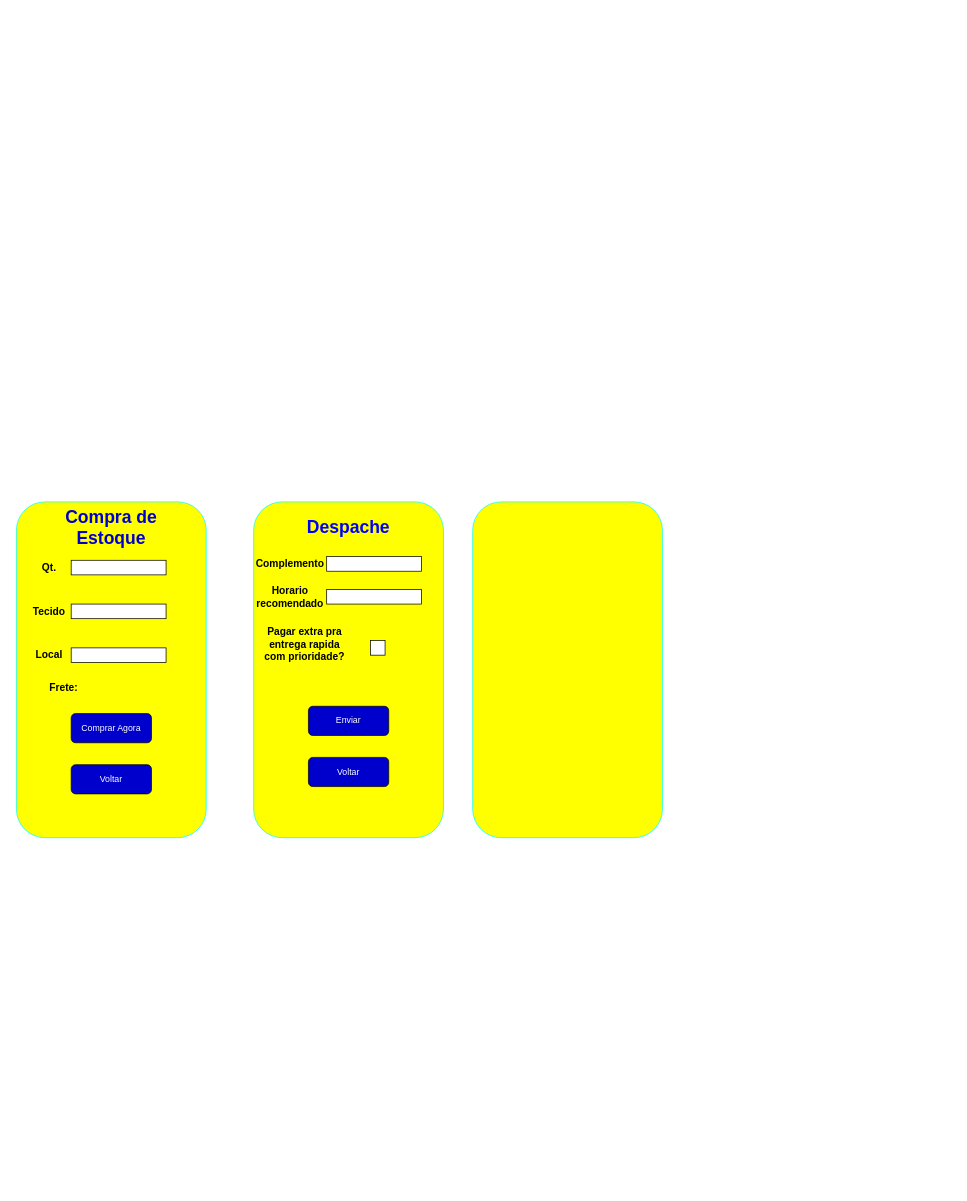
Above: Doc/telas.drawio in arthurmatheusfr/projeto-novo (draw.io), before the change. Source tidied: cells renumbered, new cells numbered last; positions are measured from the earlier drawing's top-left corner, leaving out a move shared by most shapes. Both pictures are drawn from the tidied source at 73%, with x=0, y=0 at pixel (16, 502).
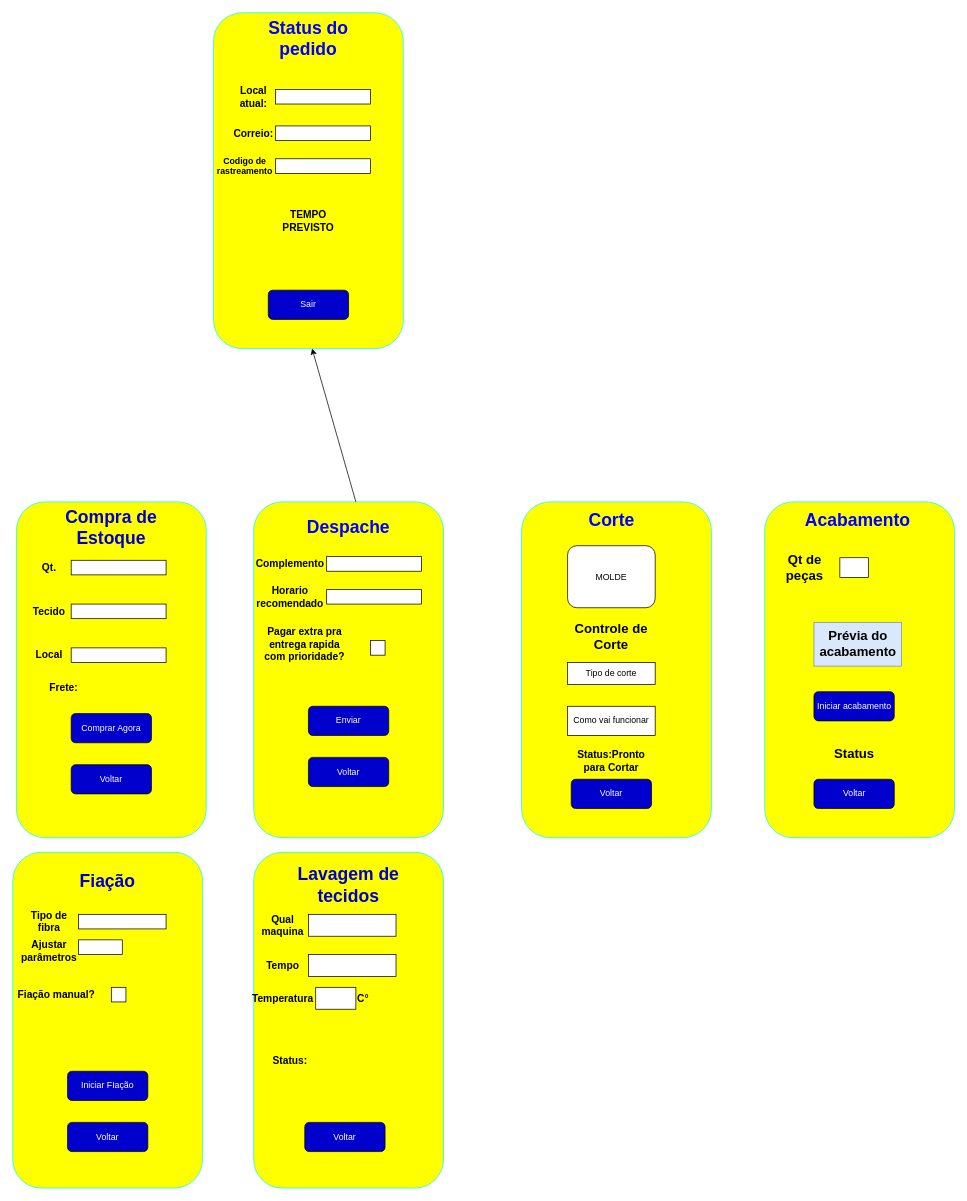
Above is the later version.

The edit, as a diff of the source:
```diff
@@
     <mxCell id="23" style="rounded=1;whiteSpace=wrap;html=1;fillColor=#FFFF00;strokeColor=#00FFFF;" parent="1" vertex="1">
-      <mxGeometry x="625" width="260" height="460" as="geometry" />
+      <mxGeometry x="692" width="260" height="460" as="geometry" />
     </mxCell>
+    <mxCell id="24" value="MOLDE" style="rounded=1;whiteSpace=wrap;html=1;" parent="1" vertex="1">
+      <mxGeometry x="755" y="60" width="120" height="85" as="geometry" />
+    </mxCell>
+    <mxCell id="25" value="&lt;font color=&quot;#0000ff&quot;&gt;&lt;span style=&quot;font-size: 24px;&quot;&gt;&lt;b&gt;Corte&lt;/b&gt;&lt;/span&gt;&lt;/font&gt;" style="text;html=1;align=center;verticalAlign=middle;whiteSpace=wrap;rounded=0;" parent="1" vertex="1">
+      <mxGeometry x="768.5" y="10" width="93" height="30" as="geometry" />
+    </mxCell>
+    <mxCell id="26" value="&lt;b&gt;&lt;font style=&quot;font-size: 18px;&quot;&gt;Controle de Corte&lt;/font&gt;&lt;/b&gt;" style="text;html=1;align=center;verticalAlign=middle;whiteSpace=wrap;rounded=0;" parent="1" vertex="1">
+      <mxGeometry x="740" y="170" width="150" height="30" as="geometry" />
+    </mxCell>
+    <mxCell id="27" value="Tipo de corte" style="rounded=0;whiteSpace=wrap;html=1;" parent="1" vertex="1">
+      <mxGeometry x="755" y="220" width="120" height="30" as="geometry" />
+    </mxCell>
+    <mxCell id="28" value="Como vai funcionar" style="rounded=0;whiteSpace=wrap;html=1;" parent="1" vertex="1">
+      <mxGeometry x="755" y="280" width="120" height="40" as="geometry" />
+    </mxCell>
+    <mxCell id="29" value="&lt;b&gt;&lt;font style=&quot;font-size: 14px;&quot;&gt;Status:Pronto para Cortar&lt;/font&gt;&lt;/b&gt;" style="text;html=1;align=center;verticalAlign=middle;whiteSpace=wrap;rounded=0;" parent="1" vertex="1">
+      <mxGeometry x="755" y="340" width="120" height="30" as="geometry" />
+    </mxCell>
+    <mxCell id="30" value="&lt;font color=&quot;#ffffff&quot;&gt;Voltar&lt;/font&gt;" style="rounded=1;whiteSpace=wrap;html=1;fillColor=#0000CC;" parent="1" vertex="1">
+      <mxGeometry x="760" y="380" width="110" height="40" as="geometry" />
+    </mxCell>
+    <mxCell id="31" style="rounded=1;whiteSpace=wrap;html=1;fillColor=#FFFF00;strokeColor=#00FFFF;" parent="1" vertex="1">
+      <mxGeometry x="1025" width="260" height="460" as="geometry" />
+    </mxCell>
+    <mxCell id="32" value="&lt;font color=&quot;#0000ff&quot;&gt;&lt;span style=&quot;font-size: 24px;&quot;&gt;&lt;b&gt;Acabamento&lt;/b&gt;&lt;/span&gt;&lt;/font&gt;" style="text;html=1;align=center;verticalAlign=middle;whiteSpace=wrap;rounded=0;" parent="1" vertex="1">
+      <mxGeometry x="1106" y="10" width="93" height="30" as="geometry" />
+    </mxCell>
+    <mxCell id="33" style="rounded=0;whiteSpace=wrap;html=1;" parent="1" vertex="1">
+      <mxGeometry x="1128" y="76.5" width="39" height="27" as="geometry" />
+    </mxCell>
+    <mxCell id="34" value="&lt;b&gt;&lt;font style=&quot;font-size: 18px;&quot;&gt;Qt de peças&lt;/font&gt;&lt;/b&gt;" style="text;html=1;align=center;verticalAlign=middle;whiteSpace=wrap;rounded=0;" parent="1" vertex="1">
+      <mxGeometry x="1045" y="75" width="70" height="30" as="geometry" />
+    </mxCell>
+    <mxCell id="35" value="&lt;font style=&quot;font-size: 18px;&quot;&gt;&lt;b&gt;Prévia do acabamento&lt;/b&gt;&lt;/font&gt;" style="rounded=0;whiteSpace=wrap;html=1;fillColor=#dae8fc;strokeColor=#6c8ebf;" parent="1" vertex="1">
+      <mxGeometry x="1092.5" y="165" width="120" height="60" as="geometry" />
+    </mxCell>
+    <mxCell id="36" value="&lt;font color=&quot;#ffffff&quot;&gt;Iniciar acabamento&lt;/font&gt;" style="rounded=1;whiteSpace=wrap;html=1;fillColor=#0000CC;" parent="1" vertex="1">
+      <mxGeometry x="1092.5" y="260" width="110" height="40" as="geometry" />
+    </mxCell>
+    <mxCell id="37" value="&lt;b&gt;&lt;font style=&quot;font-size: 18px;&quot;&gt;Status&lt;/font&gt;&lt;/b&gt;" style="text;html=1;align=center;verticalAlign=middle;whiteSpace=wrap;rounded=0;" parent="1" vertex="1">
+      <mxGeometry x="1072.5" y="330" width="150" height="30" as="geometry" />
+    </mxCell>
+    <mxCell id="38" value="&lt;font color=&quot;#ffffff&quot;&gt;Voltar&lt;/font&gt;" style="rounded=1;whiteSpace=wrap;html=1;fillColor=#0000CC;" parent="1" vertex="1">
+      <mxGeometry x="1092.5" y="380" width="110" height="40" as="geometry" />
+    </mxCell>
+    <mxCell id="39" style="rounded=1;whiteSpace=wrap;html=1;fillColor=#FFFF00;strokeColor=#00FFFF;" parent="1" vertex="1">
+      <mxGeometry x="-5" y="480" width="260" height="460" as="geometry" />
+    </mxCell>
+    <mxCell id="40" value="&lt;font color=&quot;#0000cc&quot; style=&quot;font-size: 24px;&quot;&gt;&lt;b style=&quot;&quot;&gt;Fiação&lt;/b&gt;&lt;/font&gt;" style="text;html=1;align=center;verticalAlign=middle;whiteSpace=wrap;rounded=0;" parent="1" vertex="1">
+      <mxGeometry x="50" y="505" width="150" height="30" as="geometry" />
+    </mxCell>
+    <mxCell id="41" value="&lt;font style=&quot;font-size: 14px;&quot;&gt;&lt;b&gt;Tipo de fibra&lt;/b&gt;&lt;/font&gt;" style="text;html=1;align=center;verticalAlign=middle;whiteSpace=wrap;rounded=0;" parent="1" vertex="1">
+      <mxGeometry x="15" y="560" width="60" height="30" as="geometry" />
+    </mxCell>
+    <mxCell id="42" style="rounded=0;whiteSpace=wrap;html=1;" parent="1" vertex="1">
+      <mxGeometry x="85" y="565" width="120" height="20" as="geometry" />
+    </mxCell>
+    <mxCell id="43" value="&lt;font style=&quot;font-size: 14px;&quot;&gt;&lt;b&gt;Ajustar parâmetros&lt;/b&gt;&lt;/font&gt;" style="text;html=1;align=center;verticalAlign=middle;whiteSpace=wrap;rounded=0;" parent="1" vertex="1">
+      <mxGeometry x="15" y="600" width="60" height="30" as="geometry" />
+    </mxCell>
+    <mxCell id="44" style="rounded=0;whiteSpace=wrap;html=1;" parent="1" vertex="1">
+      <mxGeometry x="85" y="600" width="60" height="20" as="geometry" />
+    </mxCell>
+    <mxCell id="45" value="&lt;font color=&quot;#ffffff&quot;&gt;Iniciar FIação&lt;/font&gt;" style="rounded=1;whiteSpace=wrap;html=1;fillColor=#0000CC;" parent="1" vertex="1">
+      <mxGeometry x="70" y="780" width="110" height="40" as="geometry" />
+    </mxCell>
+    <mxCell id="46" value="&lt;font color=&quot;#ffffff&quot;&gt;Voltar&lt;/font&gt;" style="rounded=1;whiteSpace=wrap;html=1;fillColor=#0000CC;" parent="1" vertex="1">
+      <mxGeometry x="70" y="850" width="110" height="40" as="geometry" />
+    </mxCell>
+    <mxCell id="47" value="&lt;b&gt;&lt;font style=&quot;font-size: 14px;&quot;&gt;Fiação manual?&lt;/font&gt;&lt;/b&gt;" style="text;html=1;align=center;verticalAlign=middle;whiteSpace=wrap;rounded=0;" parent="1" vertex="1">
+      <mxGeometry x="-5" y="660" width="120" height="30" as="geometry" />
+    </mxCell>
+    <mxCell id="48" style="rounded=0;whiteSpace=wrap;html=1;" parent="1" vertex="1">
+      <mxGeometry x="130" y="665" width="20" height="20" as="geometry" />
+    </mxCell>
+    <mxCell id="49" style="rounded=1;whiteSpace=wrap;html=1;fillColor=#FFFF00;strokeColor=#00FFFF;" parent="1" vertex="1">
+      <mxGeometry x="325" y="480" width="260" height="460" as="geometry" />
+    </mxCell>
+    <mxCell id="50" value="&lt;font color=&quot;#ffffff&quot;&gt;Voltar&lt;/font&gt;" style="rounded=1;whiteSpace=wrap;html=1;fillColor=#0000CC;" parent="1" vertex="1">
+      <mxGeometry x="395" y="850" width="110" height="40" as="geometry" />
+    </mxCell>
+    <mxCell id="51" value="&lt;font color=&quot;#0000cc&quot; style=&quot;font-size: 24px;&quot;&gt;&lt;b style=&quot;&quot;&gt;Lavagem de tecidos&lt;/b&gt;&lt;/font&gt;" style="text;html=1;align=center;verticalAlign=middle;whiteSpace=wrap;rounded=0;" parent="1" vertex="1">
+      <mxGeometry x="380" y="510" width="150" height="30" as="geometry" />
+    </mxCell>
+    <mxCell id="52" value="&lt;span style=&quot;font-size: 14px;&quot;&gt;&lt;b&gt;Qual maquina&lt;/b&gt;&lt;/span&gt;" style="text;html=1;align=center;verticalAlign=middle;whiteSpace=wrap;rounded=0;" parent="1" vertex="1">
+      <mxGeometry x="335" y="565" width="60" height="30" as="geometry" />
+    </mxCell>
+    <mxCell id="53" value="&lt;span style=&quot;font-size: 14px;&quot;&gt;&lt;b&gt;Tempo&lt;/b&gt;&lt;/span&gt;" style="text;html=1;align=center;verticalAlign=middle;whiteSpace=wrap;rounded=0;" parent="1" vertex="1">
+      <mxGeometry x="335" y="620" width="60" height="30" as="geometry" />
+    </mxCell>
+    <mxCell id="54" value="&lt;span style=&quot;font-size: 14px;&quot;&gt;&lt;b&gt;Temperatura&lt;/b&gt;&lt;/span&gt;" style="text;html=1;align=center;verticalAlign=middle;whiteSpace=wrap;rounded=0;" parent="1" vertex="1">
+      <mxGeometry x="335" y="665" width="60" height="30" as="geometry" />
+    </mxCell>
+    <mxCell id="55" style="rounded=0;whiteSpace=wrap;html=1;" parent="1" vertex="1">
+      <mxGeometry x="400" y="565" width="120" height="30" as="geometry" />
+    </mxCell>
+    <mxCell id="56" style="rounded=0;whiteSpace=wrap;html=1;" parent="1" vertex="1">
+      <mxGeometry x="400" y="620" width="120" height="30" as="geometry" />
+    </mxCell>
+    <mxCell id="57" style="rounded=0;whiteSpace=wrap;html=1;" parent="1" vertex="1">
+      <mxGeometry x="410" y="665" width="55" height="30" as="geometry" />
+    </mxCell>
+    <mxCell id="58" value="&lt;span style=&quot;font-size: 14px;&quot;&gt;&lt;b&gt;C°&lt;/b&gt;&lt;/span&gt;" style="text;html=1;align=center;verticalAlign=middle;whiteSpace=wrap;rounded=0;" parent="1" vertex="1">
+      <mxGeometry x="445" y="665" width="60" height="30" as="geometry" />
+    </mxCell>
+    <mxCell id="59" value="&lt;span style=&quot;font-size: 14px;&quot;&gt;&lt;b&gt;Status:&lt;/b&gt;&lt;/span&gt;" style="text;html=1;align=center;verticalAlign=middle;whiteSpace=wrap;rounded=0;" parent="1" vertex="1">
+      <mxGeometry x="345" y="750" width="60" height="30" as="geometry" />
+    </mxCell>
+    <mxCell id="60" style="endArrow=classic;html=1;rounded=0;" parent="1" edge="1">
+      <mxGeometry relative="1" as="geometry">
+        <mxPoint x="465" as="sourcePoint" />
+        <mxPoint x="405" y="-210" as="targetPoint" />
+      </mxGeometry>
+    </mxCell>
+    <mxCell id="61" style="rounded=1;whiteSpace=wrap;html=1;fillColor=#FFFF00;strokeColor=#00FFFF;" parent="1" vertex="1">
+      <mxGeometry x="270" y="-670" width="260" height="460" as="geometry" />
+    </mxCell>
+    <mxCell id="62" value="&lt;span style=&quot;font-size: 24px;&quot;&gt;&lt;b style=&quot;&quot;&gt;&lt;font color=&quot;#0000ff&quot;&gt;Status do pedido&lt;/font&gt;&lt;/b&gt;&lt;/span&gt;" style="text;html=1;align=center;verticalAlign=middle;whiteSpace=wrap;rounded=0;" parent="1" vertex="1">
+      <mxGeometry x="325" y="-650" width="150" height="30" as="geometry" />
+    </mxCell>
+    <mxCell id="63" value="&lt;font style=&quot;font-size: 14px;&quot;&gt;&lt;b&gt;Local atual:&lt;/b&gt;&lt;/font&gt;" style="text;html=1;align=center;verticalAlign=middle;whiteSpace=wrap;rounded=0;" parent="1" vertex="1">
+      <mxGeometry x="305" y="-560" width="40" height="10" as="geometry" />
+    </mxCell>
+    <mxCell id="64" value="&lt;font style=&quot;font-size: 14px;&quot;&gt;&lt;b&gt;Correio:&lt;/b&gt;&lt;/font&gt;" style="text;html=1;align=center;verticalAlign=middle;whiteSpace=wrap;rounded=0;" parent="1" vertex="1">
+      <mxGeometry x="305" y="-510" width="40" height="10" as="geometry" />
+    </mxCell>
+    <mxCell id="65" style="rounded=0;whiteSpace=wrap;html=1;" parent="1" vertex="1">
+      <mxGeometry x="355" y="-565" width="130" height="20" as="geometry" />
+    </mxCell>
+    <mxCell id="66" style="rounded=0;whiteSpace=wrap;html=1;" parent="1" vertex="1">
+      <mxGeometry x="355" y="-515" width="130" height="20" as="geometry" />
+    </mxCell>
+    <mxCell id="67" style="rounded=0;whiteSpace=wrap;html=1;" parent="1" vertex="1">
+      <mxGeometry x="355" y="-470" width="130" height="20" as="geometry" />
+    </mxCell>
+    <mxCell id="68" value="&lt;font color=&quot;#ffffff&quot;&gt;Sair&lt;/font&gt;" style="rounded=1;whiteSpace=wrap;html=1;fillColor=#0000CC;" parent="1" vertex="1">
+      <mxGeometry x="345" y="-290" width="110" height="40" as="geometry" />
+    </mxCell>
+    <mxCell id="69" value="&lt;b style=&quot;&quot;&gt;&lt;font style=&quot;font-size: 12px;&quot;&gt;Codigo de rastreamento&lt;/font&gt;&lt;/b&gt;" style="text;html=1;align=center;verticalAlign=middle;whiteSpace=wrap;rounded=0;" parent="1" vertex="1">
+      <mxGeometry x="305" y="-465" width="16" height="10" as="geometry" />
+    </mxCell>
+    <mxCell id="70" value="&lt;font style=&quot;font-size: 14px;&quot;&gt;&lt;b&gt;TEMPO PREVISTO&lt;/b&gt;&lt;/font&gt;" style="text;html=1;align=center;verticalAlign=middle;whiteSpace=wrap;rounded=0;" parent="1" vertex="1">
+      <mxGeometry x="380" y="-390" width="40" height="10" as="geometry" />
+    </mxCell>
```
